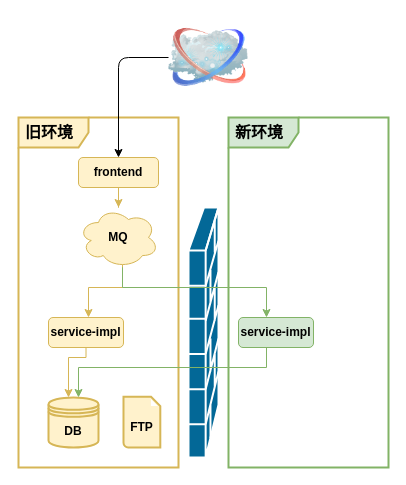
The draw.io diagram page "stage1" (1 of 2) of diagrams.net/update-aic-system.drawio in ZhengweiHou/simplegit, before the edit. Source tidied: cells renumbered, new cells numbered last; positions are measured from the earlier drawing's top-left corner, leaving out a move shared by most shapes. Both pictures are drawn from the tidied source at 100%, with x=0, y=0 at pixel (18, 17).
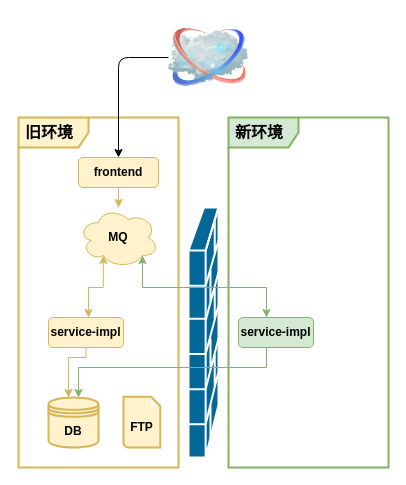
The same diagram, later.

Unchanged cells that the change refers to:
```xml
<mxCell id="6" value="MQ" style="ellipse;shape=cloud;whiteSpace=wrap;html=1;fillColor=#fff2cc;strokeColor=#d6b656;fontStyle=1;" parent="4" vertex="1">
  <mxGeometry x="60" y="190" width="80" height="60" as="geometry" />
</mxCell>
<mxCell id="13" value="service-impl" style="rounded=1;whiteSpace=wrap;html=1;fillColor=#fff2cc;strokeColor=#d6b656;fontStyle=1;" parent="4" vertex="1">
  <mxGeometry x="30" y="300" width="75" height="30" as="geometry" />
</mxCell>
<mxCell id="15" value="service-impl" style="rounded=1;whiteSpace=wrap;html=1;fillColor=#d5e8d4;strokeColor=#82b366;fontStyle=1;" parent="4" vertex="1">
  <mxGeometry x="220" y="300" width="75" height="30" as="geometry" />
</mxCell>
```

Diff of the diagram source:
```diff
@@
-    <mxCell id="5" style="edgeStyle=orthogonalEdgeStyle;rounded=0;jettySize=auto;html=1;fillColor=#fff2cc;strokeColor=#d6b656;exitX=0.55;exitY=0.95;exitDx=0;exitDy=0;exitPerimeter=0;fontStyle=1;" parent="4" edge="1" source="6" target="13">
+    <mxCell id="5" style="edgeStyle=orthogonalEdgeStyle;rounded=0;jettySize=auto;html=1;fillColor=#fff2cc;strokeColor=#d6b656;fontStyle=1;startArrow=classic;startFill=1;exitX=0.31;exitY=0.8;exitDx=0;exitDy=0;exitPerimeter=0;" parent="4" edge="1" source="6" target="13">
       <mxGeometry relative="1" as="geometry">
         <Array as="points">
-          <mxPoint x="104" y="270" />
+          <mxPoint x="85" y="270" />
           <mxPoint x="70" y="270" />
         </Array>
       </mxGeometry>
     </mxCell>
@@
-    <mxCell id="14" style="edgeStyle=orthogonalEdgeStyle;rounded=0;jettySize=auto;html=1;fillColor=#d5e8d4;strokeColor=#82b366;fontStyle=1;" parent="4" edge="1" source="6" target="15">
+    <mxCell id="14" style="edgeStyle=orthogonalEdgeStyle;rounded=0;jettySize=auto;html=1;fillColor=#d5e8d4;strokeColor=#82b366;fontStyle=1;startArrow=classic;startFill=1;exitX=0.8;exitY=0.8;exitDx=0;exitDy=0;exitPerimeter=0;" parent="4" edge="1" source="6" target="15">
       <mxGeometry relative="1" as="geometry">
         <Array as="points">
-          <mxPoint x="104" y="270" />
+          <mxPoint x="124" y="270" />
           <mxPoint x="248" y="270" />
         </Array>
       </mxGeometry>
     </mxCell>
```
